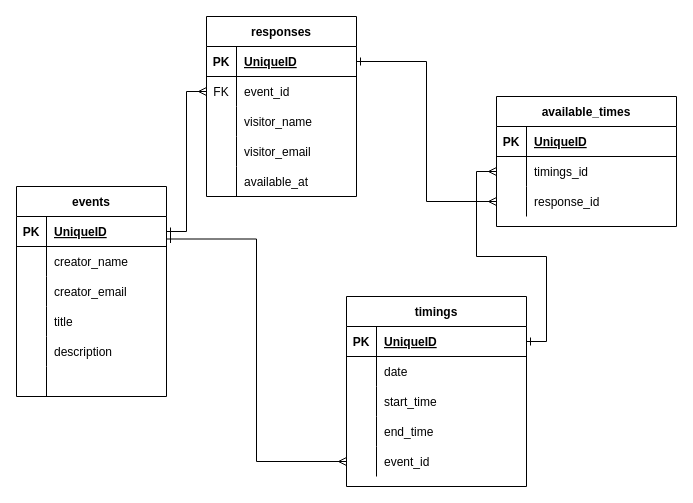
Above: schoodle_erd1.drawio in patumang/midterms (draw.io), before the change. Source tidied: cells renumbered, new cells numbered last; positions are measured from the earlier drawing's top-left corner, leaving out a move shared by most shapes. Both pictures are drawn from the tidied source at 100%, with x=0, y=0 at pixel (16, 16).
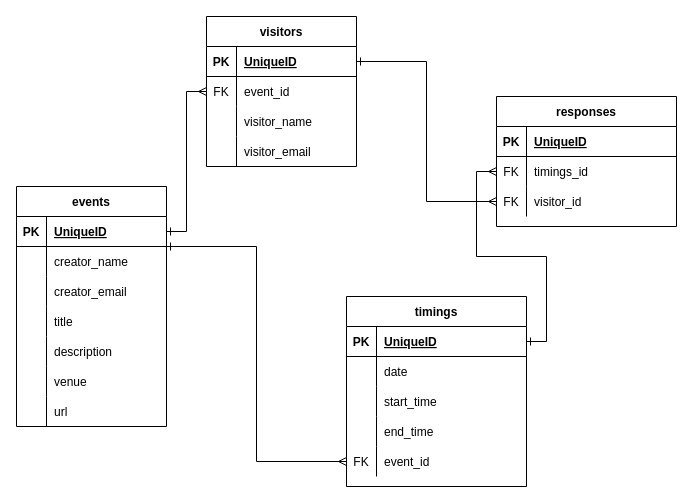
The same page after the edit.

Unchanged cells that the change refers to:
```xml
<mxCell id="51" style="shape=partialRectangle;fillColor=none;top=0;left=0;bottom=0;right=0;points=[[0,0.5],[1,0.5]];portConstraint=eastwest;" parent="38" vertex="1">
  <mxGeometry y="150" width="180" height="30" as="geometry" />
</mxCell>
<mxCell id="58" style="shape=partialRectangle;fillColor=none;top=0;left=0;bottom=0;right=0;points=[[0,0.5],[1,0.5]];portConstraint=eastwest;" parent="54" vertex="1">
  <mxGeometry y="60" width="180" height="30" as="geometry" />
</mxCell>
<mxCell id="61" style="shape=partialRectangle;fillColor=none;top=0;left=0;bottom=0;right=0;points=[[0,0.5],[1,0.5]];portConstraint=eastwest;" parent="54" vertex="1">
  <mxGeometry y="90" width="180" height="30" as="geometry" />
</mxCell>
```

Diff of the diagram source:
```diff
@@
     <mxCell id="2" value="events" style="shape=table;startSize=30;childLayout=tableLayout;rowLines=0;fontStyle=1;align=center;" parent="1" vertex="1">
-      <mxGeometry y="170" width="150" height="210" as="geometry" />
+      <mxGeometry y="170" width="150" height="240" as="geometry" />
     </mxCell>
@@
+    <mxCell id="67" style="shape=partialRectangle;fillColor=none;top=0;left=0;bottom=0;right=0;" parent="2" vertex="1">
+      <mxGeometry y="180" width="150" height="30" as="geometry" />
+    </mxCell>
+    <mxCell id="35" style="shape=partialRectangle;fillColor=none;top=0;left=0;bottom=0;right=0;overflow=hidden;" parent="67" vertex="1">
+      <mxGeometry width="30" height="30" as="geometry" />
+    </mxCell>
+    <mxCell id="68" value="venue" style="shape=partialRectangle;fillColor=none;top=0;left=0;bottom=0;right=0;align=left;spacingLeft=6;overflow=hidden;" parent="67" vertex="1">
+      <mxGeometry x="30" width="120" height="30" as="geometry" />
+    </mxCell>
     <mxCell id="18" style="shape=partialRectangle;fillColor=none;top=0;left=0;bottom=0;right=0;" parent="2" vertex="1">
-      <mxGeometry y="180" width="150" height="30" as="geometry" />
+      <mxGeometry y="210" width="150" height="30" as="geometry" />
     </mxCell>
@@
-    <mxCell id="20" style="shape=partialRectangle;fillColor=none;top=0;left=0;bottom=0;right=0;align=left;spacingLeft=6;overflow=hidden;" parent="18" vertex="1">
+    <mxCell id="20" value="url" style="shape=partialRectangle;fillColor=none;top=0;left=0;bottom=0;right=0;align=left;spacingLeft=6;overflow=hidden;" parent="18" vertex="1">
       <mxGeometry x="30" width="120" height="30" as="geometry" />
     </mxCell>
-    <mxCell id="21" value="responses" style="shape=table;startSize=30;childLayout=tableLayout;rowLines=0;fontStyle=1;align=center;" parent="1" vertex="1">
-      <mxGeometry x="190" width="150" height="180" as="geometry" />
+    <mxCell id="21" value="visitors" style="shape=table;startSize=30;childLayout=tableLayout;rowLines=0;fontStyle=1;align=center;" parent="1" vertex="1">
+      <mxGeometry x="190" width="150" height="150" as="geometry" />
     </mxCell>
@@
-    <mxCell id="34" style="shape=partialRectangle;fillColor=none;top=0;left=0;bottom=0;right=0;" parent="21" vertex="1">
-      <mxGeometry y="150" width="150" height="30" as="geometry" />
-    </mxCell>
-    <mxCell id="35" style="shape=partialRectangle;fillColor=none;top=0;left=0;bottom=0;right=0;overflow=hidden;" parent="34" vertex="1">
-      <mxGeometry width="30" height="30" as="geometry" />
-    </mxCell>
-    <mxCell id="36" value="available_at" style="shape=partialRectangle;fillColor=none;top=0;left=0;bottom=0;right=0;align=left;spacingLeft=6;overflow=hidden;" parent="34" vertex="1">
-      <mxGeometry x="30" width="120" height="30" as="geometry" />
-    </mxCell>
@@
-    <mxCell id="52" style="shape=partialRectangle;fillColor=none;top=0;left=0;bottom=0;right=0;overflow=hidden;" parent="51" vertex="1">
+    <mxCell id="52" value="FK" style="shape=partialRectangle;fillColor=none;top=0;left=0;bottom=0;right=0;overflow=hidden;" parent="51" vertex="1">
       <mxGeometry width="30" height="30" as="geometry" />
     </mxCell>
@@
-    <mxCell id="54" value="available_times" style="shape=table;startSize=30;childLayout=tableLayout;rowLines=0;fontStyle=1;align=center;" parent="1" vertex="1">
+    <mxCell id="54" value="responses" style="shape=table;startSize=30;childLayout=tableLayout;rowLines=0;fontStyle=1;align=center;" parent="1" vertex="1">
       <mxGeometry x="480" y="80" width="180" height="130" as="geometry" />
     </mxCell>
@@
-    <mxCell id="59" style="shape=partialRectangle;fillColor=none;top=0;left=0;bottom=0;right=0;overflow=hidden;" parent="58" vertex="1">
+    <mxCell id="59" value="FK" style="shape=partialRectangle;fillColor=none;top=0;left=0;bottom=0;right=0;overflow=hidden;" parent="58" vertex="1">
       <mxGeometry width="30" height="30" as="geometry" />
     </mxCell>
@@
-    <mxCell id="62" style="shape=partialRectangle;fillColor=none;top=0;left=0;bottom=0;right=0;overflow=hidden;" parent="61" vertex="1">
+    <mxCell id="62" value="FK" style="shape=partialRectangle;fillColor=none;top=0;left=0;bottom=0;right=0;overflow=hidden;" parent="61" vertex="1">
       <mxGeometry width="30" height="30" as="geometry" />
     </mxCell>
-    <mxCell id="63" value="response_id" style="shape=partialRectangle;fillColor=none;top=0;left=0;bottom=0;right=0;align=left;spacingLeft=6;overflow=hidden;" parent="61" vertex="1">
+    <mxCell id="63" value="visitor_id" style="shape=partialRectangle;fillColor=none;top=0;left=0;bottom=0;right=0;align=left;spacingLeft=6;overflow=hidden;" parent="61" vertex="1">
       <mxGeometry x="30" width="150" height="30" as="geometry" />
     </mxCell>
```
